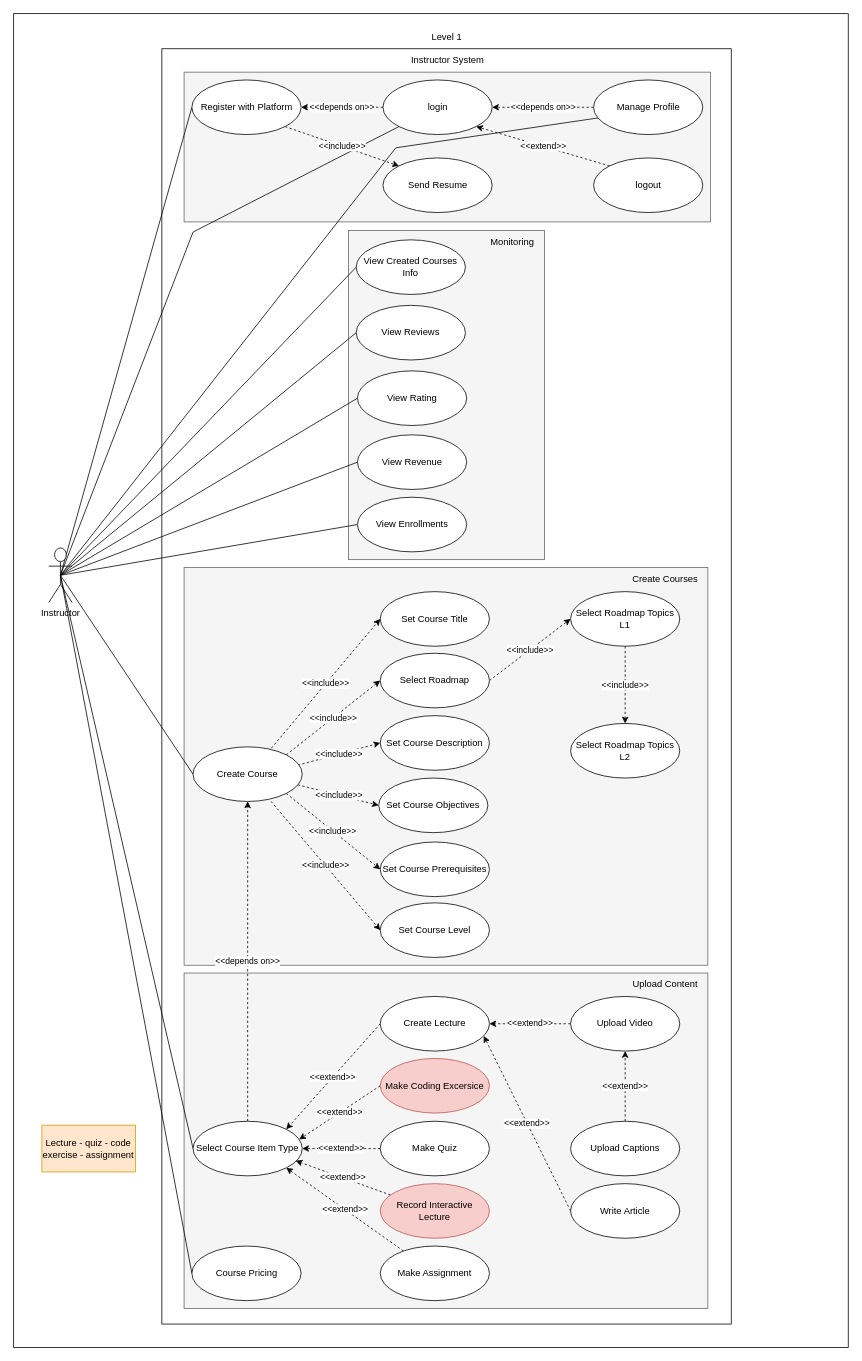
Above: InstructorsSystem.drawio in YAMANX8/UML (draw.io), before the change. Source tidied: cells renumbered, new cells numbered last; positions are measured from the earlier drawing's top-left corner, leaving out a move shared by most shapes. Both pictures are drawn from the tidied source at 78%, with x=0, y=0 at pixel (13, 13).
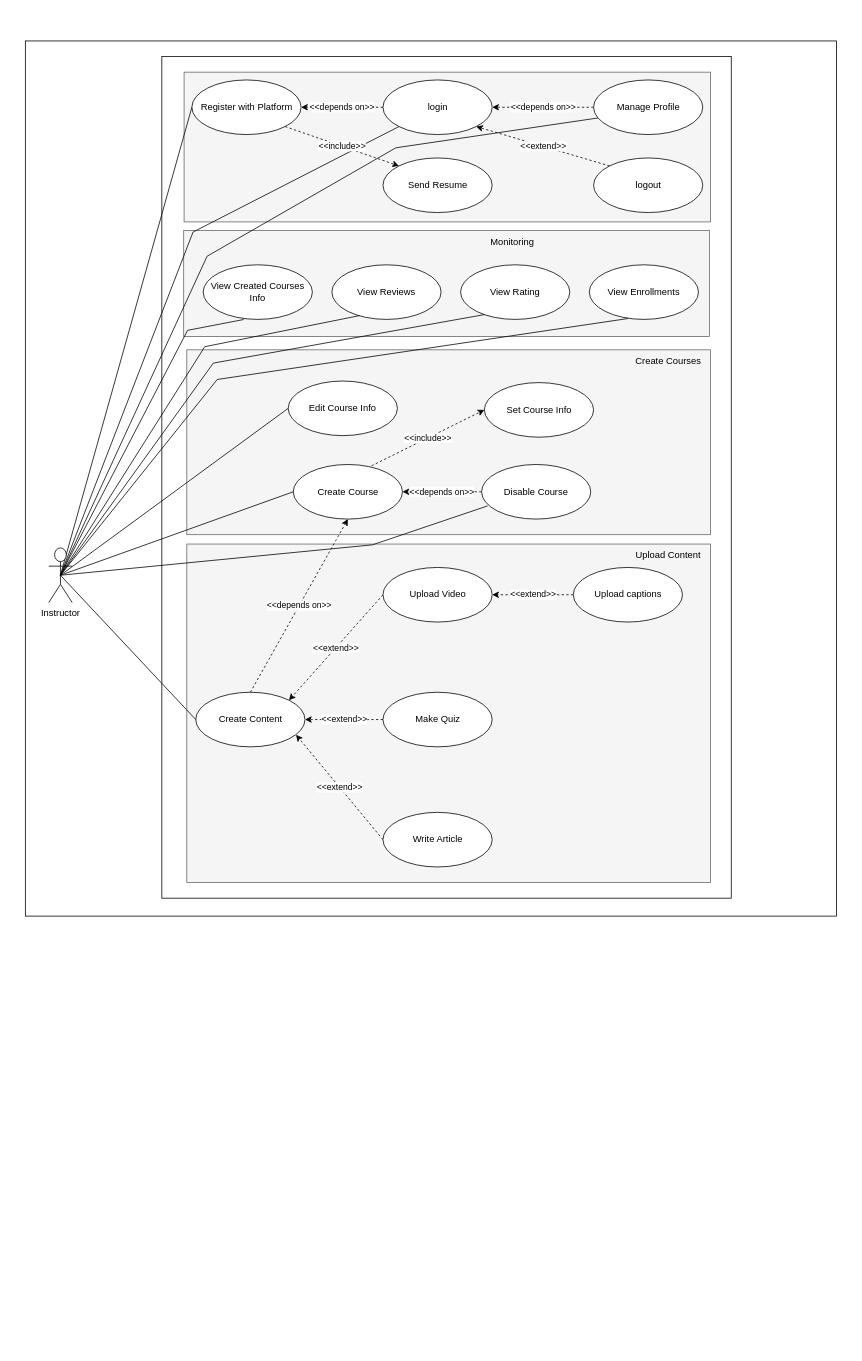
The same diagram, later.

The change refers to these unchanged cells:
```xml
<mxCell id="21" value="Instructor" style="shape=umlActor;verticalLabelPosition=bottom;verticalAlign=top;html=1;outlineConnect=0;" parent="1" vertex="1">
  <mxGeometry x="45" y="685" width="30" height="70" as="geometry" />
</mxCell>
<mxCell id="25" value="Manage Profile" style="ellipse;whiteSpace=wrap;html=1;" parent="1" vertex="1">
  <mxGeometry x="743.5" y="85" width="140" height="70" as="geometry" />
</mxCell>
```

Change to the diagram source:
```diff
@@
     <mxCell id="2" style="rounded=0;whiteSpace=wrap;html=1;" parent="1" vertex="1">
-      <mxGeometry width="1070" height="1710" as="geometry" />
+      <mxGeometry x="15" y="35" width="1040" height="1122" as="geometry" />
     </mxCell>
     <mxCell id="3" style="rounded=0;whiteSpace=wrap;html=1;" parent="1" vertex="1">
-      <mxGeometry x="190" y="45" width="730" height="1635" as="geometry" />
+      <mxGeometry x="190" y="55" width="730" height="1079" as="geometry" />
     </mxCell>
-    <mxCell id="4" style="rounded=0;whiteSpace=wrap;html=1;fillColor=#f5f5f5;strokeColor=#666666;fontColor=#333333;" parent="1" vertex="1">
-      <mxGeometry x="218.5" y="1230" width="671.5" height="430" as="geometry" />
-    </mxCell>
-    <mxCell id="5" style="rounded=0;whiteSpace=wrap;html=1;fillColor=#f5f5f5;strokeColor=#666666;fontColor=#333333;" parent="1" vertex="1">
-      <mxGeometry x="218.5" y="710" width="671.5" height="510" as="geometry" />
-    </mxCell>
     <mxCell id="6" style="rounded=0;whiteSpace=wrap;html=1;fillColor=#f5f5f5;strokeColor=#666666;fontColor=#333333;" parent="1" vertex="1">
-      <mxGeometry x="429.2" y="278" width="251.5" height="422" as="geometry" />
+      <mxGeometry x="218" y="278" width="674" height="136" as="geometry" />
     </mxCell>
@@
-    <mxCell id="8" value="Level 1" style="text;html=1;align=center;verticalAlign=middle;strokeColor=none;fillColor=none;" parent="1" vertex="1">
-      <mxGeometry x="525" y="15" width="60" height="30" as="geometry" />
-    </mxCell>
-    <mxCell id="9" value="Instructor System" style="text;html=1;align=center;verticalAlign=middle;strokeColor=none;fillColor=none;" parent="1" vertex="1">
-      <mxGeometry x="496" y="45" width="120" height="30" as="geometry" />
-    </mxCell>
@@
-    <mxCell id="12" style="rounded=0;jettySize=auto;html=1;exitX=0.5;exitY=0.5;exitDx=0;exitDy=0;exitPerimeter=0;entryX=0;entryY=0.5;entryDx=0;entryDy=0;endArrow=none;endFill=0;" parent="1" edge="1" source="21" target="32">
-      <mxGeometry relative="1" as="geometry" />
+    <mxCell id="12" style="rounded=0;jettySize=auto;html=1;exitX=0.5;exitY=0.5;exitDx=0;exitDy=0;exitPerimeter=0;entryX=0.371;entryY=1.002;entryDx=0;entryDy=0;endArrow=none;endFill=0;entryPerimeter=0;" parent="1" edge="1" source="21" target="32">
+      <mxGeometry relative="1" as="geometry">
+        <Array as="points">
+          <mxPoint x="223" y="406" />
+        </Array>
+      </mxGeometry>
     </mxCell>
-    <mxCell id="13" style="rounded=0;jettySize=auto;html=1;exitX=0.5;exitY=0.5;exitDx=0;exitDy=0;exitPerimeter=0;entryX=0;entryY=0.5;entryDx=0;entryDy=0;endArrow=none;endFill=0;" parent="1" edge="1" source="21" target="33">
-      <mxGeometry relative="1" as="geometry" />
-    </mxCell>
-    <mxCell id="14" style="rounded=0;jettySize=auto;html=1;exitX=0.5;exitY=0.5;exitDx=0;exitDy=0;exitPerimeter=0;entryX=0;entryY=0.5;entryDx=0;entryDy=0;endArrow=none;endFill=0;" parent="1" edge="1" source="21" target="34">
-      <mxGeometry relative="1" as="geometry" />
-    </mxCell>
-    <mxCell id="15" style="rounded=0;jettySize=auto;html=1;exitX=0.5;exitY=0.5;exitDx=0;exitDy=0;exitPerimeter=0;entryX=0;entryY=0.5;entryDx=0;entryDy=0;endArrow=none;endFill=0;" parent="1" edge="1" source="21" target="35">
-      <mxGeometry relative="1" as="geometry" />
-    </mxCell>
-    <mxCell id="16" style="rounded=0;jettySize=auto;html=1;exitX=0.5;exitY=0.5;exitDx=0;exitDy=0;exitPerimeter=0;entryX=0;entryY=0.5;entryDx=0;entryDy=0;endArrow=none;endFill=0;" parent="1" edge="1" source="21" target="36">
-      <mxGeometry relative="1" as="geometry" />
-    </mxCell>
-    <mxCell id="17" style="rounded=0;jettySize=auto;html=1;exitX=0.5;exitY=0.5;exitDx=0;exitDy=0;exitPerimeter=0;entryX=0;entryY=0.5;entryDx=0;entryDy=0;endArrow=none;endFill=0;" parent="1" edge="1" source="21" target="44">
-      <mxGeometry relative="1" as="geometry" />
-    </mxCell>
-    <mxCell id="18" style="rounded=0;jettySize=auto;html=1;exitX=0.5;exitY=0.5;exitDx=0;exitDy=0;exitPerimeter=0;entryX=0;entryY=0.5;entryDx=0;entryDy=0;endArrow=none;endFill=0;" parent="1" edge="1" source="21" target="57">
-      <mxGeometry relative="1" as="geometry" />
-    </mxCell>
-    <mxCell id="19" style="rounded=0;jettySize=auto;html=1;exitX=0.5;exitY=0.5;exitDx=0;exitDy=0;exitPerimeter=0;entryX=0;entryY=0.5;entryDx=0;entryDy=0;endArrow=none;endFill=0;" parent="1" edge="1" source="21" target="71">
-      <mxGeometry relative="1" as="geometry" />
-    </mxCell>
     <mxCell id="20" style="rounded=0;jettySize=auto;html=1;exitX=0.5;exitY=0.5;exitDx=0;exitDy=0;exitPerimeter=0;entryX=0.042;entryY=0.696;entryDx=0;entryDy=0;entryPerimeter=0;endArrow=none;endFill=0;" parent="1" edge="1" source="21" target="25">
       <mxGeometry relative="1" as="geometry">
         <Array as="points">
+          <mxPoint x="248" y="311" />
           <mxPoint x="490" y="172" />
         </Array>
       </mxGeometry>
     </mxCell>
@@
     <mxCell id="32" value="View Created Courses Info" style="ellipse;whiteSpace=wrap;html=1;" parent="1" vertex="1">
-      <mxGeometry x="439.2" y="290" width="140" height="70" as="geometry" />
+      <mxGeometry x="243" y="322" width="140" height="70" as="geometry" />
     </mxCell>
     <mxCell id="33" value="View Reviews" style="ellipse;whiteSpace=wrap;html=1;" parent="1" vertex="1">
-      <mxGeometry x="439.2" y="374" width="140" height="70" as="geometry" />
+      <mxGeometry x="408" y="322" width="140" height="70" as="geometry" />
     </mxCell>
     <mxCell id="34" value="View Rating" style="ellipse;whiteSpace=wrap;html=1;" parent="1" vertex="1">
-      <mxGeometry x="440.8" y="458" width="140" height="70" as="geometry" />
+      <mxGeometry x="573" y="322" width="140" height="70" as="geometry" />
     </mxCell>
-    <mxCell id="35" value="View Revenue" style="ellipse;whiteSpace=wrap;html=1;" parent="1" vertex="1">
-      <mxGeometry x="440.8" y="540" width="140" height="70" as="geometry" />
-    </mxCell>
     <mxCell id="36" value="View Enrollments" style="ellipse;whiteSpace=wrap;html=1;" parent="1" vertex="1">
-      <mxGeometry x="440.8" y="620" width="140" height="70" as="geometry" />
+      <mxGeometry x="738" y="322" width="140" height="70" as="geometry" />
     </mxCell>
+    <mxCell id="76" style="rounded=0;whiteSpace=wrap;html=1;fillColor=#f5f5f5;strokeColor=#666666;fontColor=#333333;" parent="1" vertex="1">
+      <mxGeometry x="222" y="431" width="671.5" height="237" as="geometry" />
+    </mxCell>
     <mxCell id="37" value="Create Courses" style="text;html=1;align=center;verticalAlign=middle;strokeColor=none;fillColor=none;" parent="1" vertex="1">
-      <mxGeometry x="780" y="710" width="110" height="30" as="geometry" />
+      <mxGeometry x="783.5" y="431" width="110" height="30" as="geometry" />
     </mxCell>
-    <mxCell id="38" value="&amp;lt;&amp;lt;include&amp;gt;&amp;gt;" style="rounded=0;jettySize=auto;html=1;exitX=0.717;exitY=0.024;exitDx=0;exitDy=0;entryX=0;entryY=0.5;entryDx=0;entryDy=0;dashed=1;exitPerimeter=0;" parent="1" edge="1" source="44" target="45">
+    <mxCell id="38" value="&amp;lt;&amp;lt;include&amp;gt;&amp;gt;" style="rounded=0;jettySize=auto;html=1;exitX=0.717;exitY=0.024;exitDx=0;exitDy=0;entryX=0;entryY=0.5;entryDx=0;entryDy=0;dashed=1;exitPerimeter=0;" parent="1" edge="1" source="44" target="78">
       <mxGeometry relative="1" as="geometry" />
     </mxCell>
-    <mxCell id="39" value="&amp;lt;&amp;lt;include&amp;gt;&amp;gt;" style="rounded=0;jettySize=auto;html=1;entryX=0;entryY=0.5;entryDx=0;entryDy=0;dashed=1;exitX=1;exitY=0;exitDx=0;exitDy=0;" parent="1" edge="1" source="44" target="47">
-      <mxGeometry relative="1" as="geometry" />
-    </mxCell>
-    <mxCell id="40" value="&amp;lt;&amp;lt;include&amp;gt;&amp;gt;" style="rounded=0;jettySize=auto;html=1;exitX=0.959;exitY=0.335;exitDx=0;exitDy=0;entryX=0;entryY=0.5;entryDx=0;entryDy=0;dashed=1;exitPerimeter=0;" parent="1" edge="1" source="44" target="51">
-      <mxGeometry relative="1" as="geometry" />
-    </mxCell>
-    <mxCell id="41" value="&amp;lt;&amp;lt;include&amp;gt;&amp;gt;" style="rounded=0;jettySize=auto;html=1;exitX=0.714;exitY=1;exitDx=0;exitDy=0;entryX=0;entryY=0.5;entryDx=0;entryDy=0;dashed=1;exitPerimeter=0;" parent="1" edge="1" source="44" target="54">
-      <mxGeometry relative="1" as="geometry" />
-    </mxCell>
-    <mxCell id="42" value="&amp;lt;&amp;lt;include&amp;gt;&amp;gt;" style="rounded=0;jettySize=auto;html=1;exitX=0.959;exitY=0.695;exitDx=0;exitDy=0;entryX=0;entryY=0.5;entryDx=0;entryDy=0;exitPerimeter=0;dashed=1;" parent="1" edge="1" source="44" target="52">
-      <mxGeometry relative="1" as="geometry" />
-    </mxCell>
-    <mxCell id="43" value="&amp;lt;&amp;lt;include&amp;gt;&amp;gt;" style="rounded=0;jettySize=auto;html=1;exitX=1;exitY=1;exitDx=0;exitDy=0;entryX=0;entryY=0.5;entryDx=0;entryDy=0;dashed=1;" parent="1" edge="1" source="44" target="53">
-      <mxGeometry relative="1" as="geometry" />
-    </mxCell>
+    <mxCell id="77" value="&amp;lt;&amp;lt;depends on&amp;gt;&amp;gt;" style="rounded=0;jettySize=auto;html=1;exitX=0;exitY=0.5;exitDx=0;exitDy=0;entryX=1;entryY=0.5;entryDx=0;entryDy=0;dashed=1;" parent="1" edge="1" source="80" target="44">
+      <mxGeometry relative="1" as="geometry" />
+    </mxCell>
+    <mxCell id="78" value="Set Course Info" style="ellipse;whiteSpace=wrap;html=1;" parent="1" vertex="1">
+      <mxGeometry x="603.5" y="473" width="140" height="70" as="geometry" />
+    </mxCell>
+    <mxCell id="79" value="Edit Course Info" style="ellipse;whiteSpace=wrap;html=1;" parent="1" vertex="1">
+      <mxGeometry x="352" y="471" width="140" height="70" as="geometry" />
+    </mxCell>
     <mxCell id="44" value="Create Course" style="ellipse;whiteSpace=wrap;html=1;" parent="1" vertex="1">
-      <mxGeometry x="230" y="940" width="140" height="70" as="geometry" />
+      <mxGeometry x="358.5" y="578" width="140" height="70" as="geometry" />
     </mxCell>
-    <mxCell id="45" value="Set Course Title" style="ellipse;whiteSpace=wrap;html=1;" parent="1" vertex="1">
-      <mxGeometry x="470" y="741" width="140" height="70" as="geometry" />
-    </mxCell>
-    <mxCell id="46" value="&amp;lt;&amp;lt;include&amp;gt;&amp;gt;" style="rounded=0;jettySize=auto;html=1;exitX=1;exitY=0.5;exitDx=0;exitDy=0;entryX=0;entryY=0.5;entryDx=0;entryDy=0;dashed=1;" parent="1" edge="1" source="47" target="49">
-      <mxGeometry relative="1" as="geometry" />
-    </mxCell>
-    <mxCell id="47" value="Select Roadmap" style="ellipse;whiteSpace=wrap;html=1;" parent="1" vertex="1">
-      <mxGeometry x="470" y="820" width="140" height="70" as="geometry" />
-    </mxCell>
-    <mxCell id="48" value="&amp;lt;&amp;lt;include&amp;gt;&amp;gt;" style="rounded=0;jettySize=auto;html=1;exitX=0.5;exitY=1;exitDx=0;exitDy=0;entryX=0.5;entryY=0;entryDx=0;entryDy=0;dashed=1;" parent="1" edge="1" source="49" target="50">
-      <mxGeometry relative="1" as="geometry" />
-    </mxCell>
-    <mxCell id="49" value="Select Roadmap Topics L1" style="ellipse;whiteSpace=wrap;html=1;" parent="1" vertex="1">
-      <mxGeometry x="714" y="741" width="140" height="70" as="geometry" />
-    </mxCell>
-    <mxCell id="50" value="Select Roadmap Topics L2" style="ellipse;whiteSpace=wrap;html=1;" parent="1" vertex="1">
-      <mxGeometry x="714" y="910" width="140" height="70" as="geometry" />
-    </mxCell>
-    <mxCell id="51" value="Set Course Description" style="ellipse;whiteSpace=wrap;html=1;" parent="1" vertex="1">
-      <mxGeometry x="470" y="900" width="140" height="70" as="geometry" />
-    </mxCell>
-    <mxCell id="52" value="Set Course Objectives" style="ellipse;whiteSpace=wrap;html=1;" parent="1" vertex="1">
-      <mxGeometry x="468" y="980" width="140" height="70" as="geometry" />
-    </mxCell>
-    <mxCell id="53" value="Set Course Prerequisites" style="ellipse;whiteSpace=wrap;html=1;" parent="1" vertex="1">
-      <mxGeometry x="470" y="1062" width="140" height="70" as="geometry" />
-    </mxCell>
-    <mxCell id="54" value="Set Course Level" style="ellipse;whiteSpace=wrap;html=1;" parent="1" vertex="1">
-      <mxGeometry x="470" y="1140" width="140" height="70" as="geometry" />
-    </mxCell>
+    <mxCell id="80" value="Disable Course" style="ellipse;whiteSpace=wrap;html=1;" parent="1" vertex="1">
+      <mxGeometry x="599.9" y="578" width="140" height="70" as="geometry" />
+    </mxCell>
+    <mxCell id="81" style="rounded=0;whiteSpace=wrap;html=1;fillColor=#f5f5f5;strokeColor=#666666;fontColor=#333333;fontStyle=1;" parent="1" vertex="1">
+      <mxGeometry x="222" y="680" width="671.5" height="434" as="geometry" />
+    </mxCell>
     <mxCell id="55" value="Upload Content" style="text;html=1;align=center;verticalAlign=middle;strokeColor=none;fillColor=none;" parent="1" vertex="1">
-      <mxGeometry x="780" y="1230" width="110" height="30" as="geometry" />
+      <mxGeometry x="783.5" y="680" width="110" height="30" as="geometry" />
     </mxCell>
-    <mxCell id="56" value="&amp;lt;&amp;lt;depends on&amp;gt;&amp;gt;" style="edgeStyle=orthogonalEdgeStyle;rounded=0;jettySize=auto;html=1;exitX=0.5;exitY=0;exitDx=0;exitDy=0;entryX=0.5;entryY=1;entryDx=0;entryDy=0;dashed=1;" parent="1" edge="1" source="57" target="44">
-      <mxGeometry relative="1" as="geometry" />
-    </mxCell>
-    <mxCell id="57" value="Select Course Item Type" style="ellipse;whiteSpace=wrap;html=1;" parent="1" vertex="1">
-      <mxGeometry x="230" y="1420" width="140" height="70" as="geometry" />
-    </mxCell>
+    <mxCell id="67" value="&amp;lt;&amp;lt;extend&amp;gt;&amp;gt;" style="rounded=0;jettySize=auto;html=1;exitX=0;exitY=0.5;exitDx=0;exitDy=0;entryX=1;entryY=0.5;entryDx=0;entryDy=0;dashed=1;" parent="1" edge="1" source="83" target="68">
+      <mxGeometry relative="1" as="geometry" />
+    </mxCell>
+    <mxCell id="82" value="&amp;lt;&amp;lt;extend&amp;gt;&amp;gt;" style="rounded=0;jettySize=auto;html=1;exitX=0;exitY=0.5;exitDx=0;exitDy=0;entryX=0.918;entryY=0.779;entryDx=0;entryDy=0;entryPerimeter=0;dashed=1;" parent="1" edge="1" source="62" target="84">
+      <mxGeometry relative="1" as="geometry" />
+    </mxCell>
-    <mxCell id="58" value="&amp;lt;&amp;lt;extend&amp;gt;&amp;gt;" style="rounded=0;jettySize=auto;html=1;exitX=0;exitY=0.5;exitDx=0;exitDy=0;entryX=1;entryY=0;entryDx=0;entryDy=0;dashed=1;" parent="1" edge="1" source="59" target="57">
+    <mxCell id="58" value="&amp;lt;&amp;lt;extend&amp;gt;&amp;gt;" style="rounded=0;jettySize=auto;html=1;exitX=0;exitY=0.5;exitDx=0;exitDy=0;entryX=1;entryY=0;entryDx=0;entryDy=0;dashed=1;" parent="1" edge="1" source="68" target="84">
       <mxGeometry relative="1" as="geometry" />
     </mxCell>
-    <mxCell id="59" value="Create Lecture" style="ellipse;whiteSpace=wrap;html=1;" parent="1" vertex="1">
-      <mxGeometry x="470" y="1260" width="140" height="70" as="geometry" />
-    </mxCell>
-    <mxCell id="60" value="Lecture - quiz - code exercise - assignment" style="whiteSpace=wrap;html=1;fillColor=#ffe6cc;strokeColor=#d79b00;" parent="1" vertex="1">
-      <mxGeometry x="36.2" y="1425" width="120" height="60" as="geometry" />
-    </mxCell>
-    <mxCell id="61" value="&amp;lt;&amp;lt;extend&amp;gt;&amp;gt;" style="rounded=0;jettySize=auto;html=1;exitX=0;exitY=0.5;exitDx=0;exitDy=0;entryX=0.948;entryY=0.724;entryDx=0;entryDy=0;entryPerimeter=0;dashed=1;" parent="1" edge="1" source="62" target="59">
-      <mxGeometry relative="1" as="geometry" />
-    </mxCell>
+    <mxCell id="63" value="&amp;lt;&amp;lt;extend&amp;gt;&amp;gt;" style="rounded=0;jettySize=auto;html=1;entryX=1;entryY=0.5;entryDx=0;entryDy=0;dashed=1;" parent="1" edge="1" source="64" target="84">
+      <mxGeometry relative="1" as="geometry" />
+    </mxCell>
+    <mxCell id="83" value="Upload captions" style="ellipse;whiteSpace=wrap;html=1;" parent="1" vertex="1">
+      <mxGeometry x="717.5" y="710" width="140" height="70" as="geometry" />
+    </mxCell>
+    <mxCell id="68" value="Upload Video" style="ellipse;whiteSpace=wrap;html=1;" parent="1" vertex="1">
+      <mxGeometry x="473.5" y="710" width="140" height="70" as="geometry" />
+    </mxCell>
+    <mxCell id="84" value="Create Content" style="ellipse;whiteSpace=wrap;html=1;" parent="1" vertex="1">
+      <mxGeometry x="233.5" y="870" width="140" height="70" as="geometry" />
+    </mxCell>
+    <mxCell id="64" value="Make Quiz" style="ellipse;whiteSpace=wrap;html=1;" parent="1" vertex="1">
+      <mxGeometry x="473.5" y="870" width="140" height="70" as="geometry" />
+    </mxCell>
     <mxCell id="62" value="Write Article" style="ellipse;whiteSpace=wrap;html=1;" parent="1" vertex="1">
-      <mxGeometry x="714" y="1500" width="140" height="70" as="geometry" />
+      <mxGeometry x="473.5" y="1024" width="140" height="70" as="geometry" />
     </mxCell>
-    <mxCell id="63" value="&amp;lt;&amp;lt;extend&amp;gt;&amp;gt;" style="rounded=0;jettySize=auto;html=1;entryX=1;entryY=0.5;entryDx=0;entryDy=0;dashed=1;" parent="1" edge="1" source="64" target="57">
-      <mxGeometry relative="1" as="geometry" />
-    </mxCell>
-    <mxCell id="64" value="Make Quiz" style="ellipse;whiteSpace=wrap;html=1;" parent="1" vertex="1">
-      <mxGeometry x="470" y="1420" width="140" height="70" as="geometry" />
-    </mxCell>
-    <mxCell id="65" value="&amp;lt;&amp;lt;extend&amp;gt;&amp;gt;" style="rounded=0;jettySize=auto;html=1;entryX=0.94;entryY=0.724;entryDx=0;entryDy=0;dashed=1;entryPerimeter=0;" parent="1" edge="1" source="66" target="57">
-      <mxGeometry relative="1" as="geometry" />
-    </mxCell>
-    <mxCell id="66" value="Record Interactive Lecture" style="ellipse;whiteSpace=wrap;html=1;fillColor=#f8cecc;strokeColor=#b85450;" parent="1" vertex="1">
-      <mxGeometry x="470" y="1500" width="140" height="70" as="geometry" />
-    </mxCell>
-    <mxCell id="67" value="&amp;lt;&amp;lt;extend&amp;gt;&amp;gt;" style="rounded=0;jettySize=auto;html=1;exitX=0;exitY=0.5;exitDx=0;exitDy=0;entryX=1;entryY=0.5;entryDx=0;entryDy=0;dashed=1;" parent="1" edge="1" source="68" target="59">
-      <mxGeometry relative="1" as="geometry" />
-    </mxCell>
-    <mxCell id="68" value="Upload Video" style="ellipse;whiteSpace=wrap;html=1;" parent="1" vertex="1">
-      <mxGeometry x="714" y="1260" width="140" height="70" as="geometry" />
-    </mxCell>
-    <mxCell id="69" value="&amp;lt;&amp;lt;extend&amp;gt;&amp;gt;" style="rounded=0;jettySize=auto;html=1;entryX=1;entryY=1;entryDx=0;entryDy=0;dashed=1;" parent="1" edge="1" source="70" target="57">
-      <mxGeometry relative="1" as="geometry" />
-    </mxCell>
-    <mxCell id="70" value="Make Assignment" style="ellipse;whiteSpace=wrap;html=1;" parent="1" vertex="1">
-      <mxGeometry x="470" y="1580" width="140" height="70" as="geometry" />
-    </mxCell>
-    <mxCell id="71" value="Course Pricing" style="ellipse;whiteSpace=wrap;html=1;" parent="1" vertex="1">
-      <mxGeometry x="228.5" y="1580" width="140" height="70" as="geometry" />
-    </mxCell>
-    <mxCell id="72" value="&amp;lt;&amp;lt;extend&amp;gt;&amp;gt;" style="rounded=0;jettySize=auto;html=1;exitX=0;exitY=0.5;exitDx=0;exitDy=0;entryX=0.972;entryY=0.333;entryDx=0;entryDy=0;entryPerimeter=0;dashed=1;" parent="1" edge="1" source="73" target="57">
-      <mxGeometry relative="1" as="geometry" />
-    </mxCell>
-    <mxCell id="73" value="Make Coding Excersice" style="ellipse;whiteSpace=wrap;html=1;fillColor=#f8cecc;strokeColor=#b85450;" parent="1" vertex="1">
-      <mxGeometry x="470" y="1339.5" width="140" height="70" as="geometry" />
-    </mxCell>
-    <mxCell id="74" value="&amp;lt;&amp;lt;extend&amp;gt;&amp;gt;" style="rounded=0;jettySize=auto;html=1;exitX=0.5;exitY=0;exitDx=0;exitDy=0;entryX=0.5;entryY=1;entryDx=0;entryDy=0;dashed=1;" parent="1" edge="1" source="75" target="68">
-      <mxGeometry relative="1" as="geometry" />
-    </mxCell>
-    <mxCell id="75" value="Upload Captions" style="ellipse;whiteSpace=wrap;html=1;" parent="1" vertex="1">
-      <mxGeometry x="714" y="1420" width="140" height="70" as="geometry" />
-    </mxCell>
+    <mxCell id="85" value="&amp;lt;&amp;lt;depends on&amp;gt;&amp;gt;" style="rounded=0;jettySize=auto;html=1;exitX=0.5;exitY=0;exitDx=0;exitDy=0;entryX=0.5;entryY=1;entryDx=0;entryDy=0;dashed=1;" parent="1" edge="1" source="84" target="44">
+      <mxGeometry relative="1" as="geometry" />
+    </mxCell>
+    <mxCell id="86" style="rounded=0;jettySize=auto;html=1;exitX=0.5;exitY=0.5;exitDx=0;exitDy=0;exitPerimeter=0;entryX=0;entryY=0.5;entryDx=0;entryDy=0;endArrow=none;endFill=0;" parent="1" edge="1" source="21" target="79">
+      <mxGeometry relative="1" as="geometry" />
+    </mxCell>
+    <mxCell id="17" style="rounded=0;jettySize=auto;html=1;exitX=0.5;exitY=0.5;exitDx=0;exitDy=0;exitPerimeter=0;entryX=0;entryY=0.5;entryDx=0;entryDy=0;endArrow=none;endFill=0;" parent="1" edge="1" source="21" target="44">
+      <mxGeometry relative="1" as="geometry" />
+    </mxCell>
+    <mxCell id="87" style="rounded=0;jettySize=auto;html=1;exitX=0.5;exitY=0.5;exitDx=0;exitDy=0;exitPerimeter=0;entryX=0.056;entryY=0.758;entryDx=0;entryDy=0;endArrow=none;endFill=0;entryPerimeter=0;" parent="1" edge="1" source="21" target="80">
+      <mxGeometry relative="1" as="geometry">
+        <Array as="points">
+          <mxPoint x="460" y="681" />
+        </Array>
+      </mxGeometry>
+    </mxCell>
+    <mxCell id="88" style="rounded=0;jettySize=auto;html=1;exitX=0.5;exitY=0.5;exitDx=0;exitDy=0;exitPerimeter=0;entryX=0;entryY=0.5;entryDx=0;entryDy=0;endArrow=none;endFill=0;" parent="1" edge="1" source="21" target="84">
+      <mxGeometry relative="1" as="geometry" />
+    </mxCell>
+    <mxCell id="13" style="rounded=0;jettySize=auto;html=1;exitX=0.5;exitY=0.5;exitDx=0;exitDy=0;exitPerimeter=0;entryX=0.254;entryY=0.93;entryDx=0;entryDy=0;endArrow=none;endFill=0;entryPerimeter=0;" parent="1" edge="1" source="21" target="33">
+      <mxGeometry relative="1" as="geometry">
+        <Array as="points">
+          <mxPoint x="245" y="427" />
+        </Array>
+      </mxGeometry>
+    </mxCell>
+    <mxCell id="14" style="rounded=0;jettySize=auto;html=1;exitX=0.5;exitY=0.5;exitDx=0;exitDy=0;exitPerimeter=0;entryX=0.218;entryY=0.912;entryDx=0;entryDy=0;endArrow=none;endFill=0;entryPerimeter=0;" parent="1" edge="1" source="21" target="34">
+      <mxGeometry relative="1" as="geometry">
+        <Array as="points">
+          <mxPoint x="256" y="448" />
+        </Array>
+      </mxGeometry>
+    </mxCell>
+    <mxCell id="16" style="rounded=0;jettySize=auto;html=1;exitX=0.5;exitY=0.5;exitDx=0;exitDy=0;exitPerimeter=0;entryX=0.354;entryY=0.984;entryDx=0;entryDy=0;endArrow=none;endFill=0;entryPerimeter=0;" parent="1" edge="1" source="21" target="36">
+      <mxGeometry relative="1" as="geometry">
+        <Array as="points">
+          <mxPoint x="261" y="469" />
+        </Array>
+      </mxGeometry>
+    </mxCell>
```
